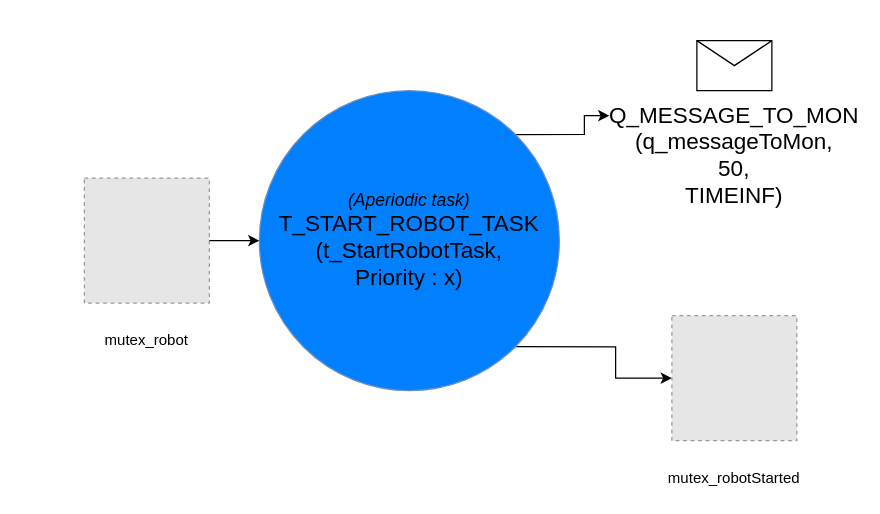
Before: perso/conception/T_START_ROBOT.drawio in NoNo47400/rt_dumber_depo, a draw.io diagram. Source tidied: cells renumbered, new cells numbered last; positions are measured from the earlier drawing's top-left corner, leaving out a move shared by most shapes. Both pictures are drawn from the tidied source at 125%, with x=0, y=0 at pixel (21, 40). Pictures stored in the file or linked from it are replaced by grey dashed boxes.
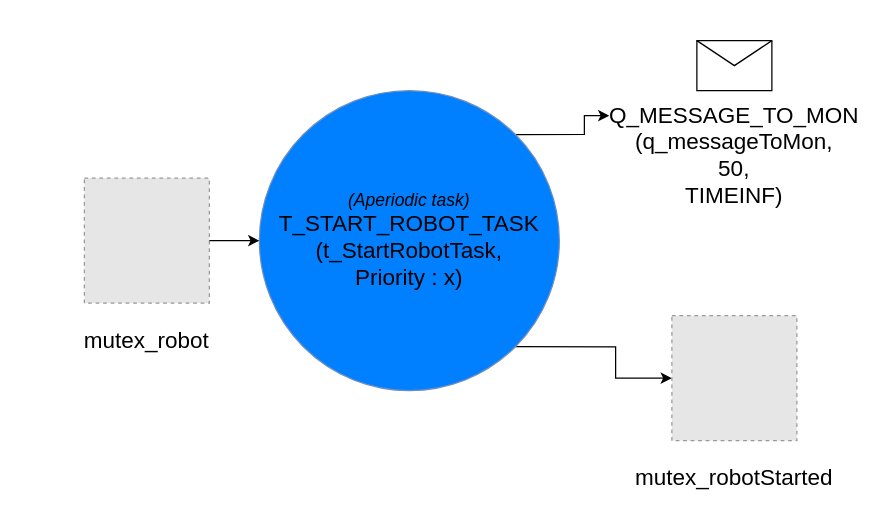
Above is the later version.

Change to the diagram source:
```diff
@@
 <mxGraphModel>
   <root>
     <mxCell id="0" />
     <mxCell id="1" parent="0" />
     <mxCell id="2" style="edgeStyle=orthogonalEdgeStyle;rounded=0;jettySize=auto;html=1;exitX=1;exitY=0;exitDx=0;exitDy=0;entryX=0;entryY=0.5;entryDx=0;entryDy=0;" parent="1" edge="1" source="4" target="11">
       <mxGeometry relative="1" as="geometry" />
     </mxCell>
     <mxCell id="3" style="edgeStyle=orthogonalEdgeStyle;rounded=0;jettySize=auto;html=1;exitX=1;exitY=1;exitDx=0;exitDy=0;entryX=0;entryY=0.5;entryDx=0;entryDy=0;" parent="1" edge="1" source="4" target="13">
       <mxGeometry relative="1" as="geometry" />
     </mxCell>
     <mxCell id="4" value="&lt;font&gt;&lt;i&gt;&lt;font style=&quot;font-size: 14px&quot;&gt;(Aperiodic task)&lt;br&gt;&lt;/font&gt;&lt;/i&gt;&lt;font size=&quot;4&quot;&gt;T_START_ROBOT_TASK&lt;/font&gt;&lt;br&gt;&lt;font size=&quot;4&quot;&gt;(t_StartRobotTask,&lt;/font&gt;&lt;/font&gt;&lt;div&gt;&lt;font&gt;&lt;font size=&quot;4&quot;&gt;Priority : x)&lt;/font&gt;&lt;br&gt;&lt;/font&gt;&lt;/div&gt;" style="ellipse;whiteSpace=wrap;html=1;fillColor=#007FFF;strokeColor=#6c8ebf;" parent="1" vertex="1">
       <mxGeometry x="190" y="40" width="240" height="240" as="geometry" />
     </mxCell>
     <mxCell id="5" style="group;" parent="1" vertex="1">
       <mxGeometry y="110" width="200" height="140" as="geometry" />
     </mxCell>
     <mxCell id="6" style="fillColor=#E6E6E6;strokeColor=#999999;dashed=1;verticalLabelPosition=bottom;labelBackgroundColor=#ffffff;verticalAlign=top;" parent="5" vertex="1">
       <mxGeometry x="50" width="100" height="100" as="geometry" />
     </mxCell>
-    <mxCell id="7" value="mutex_robot" style="text;html=1;strokeColor=none;fillColor=none;align=center;verticalAlign=middle;whiteSpace=wrap;rounded=0;" parent="5" vertex="1">
+    <mxCell id="7" value="&lt;font style=&quot;font-size: 18px;&quot;&gt;mutex_robot&lt;/font&gt;" style="text;html=1;strokeColor=none;fillColor=none;align=center;verticalAlign=middle;whiteSpace=wrap;rounded=0;" parent="5" vertex="1">
       <mxGeometry y="120" width="200" height="20" as="geometry" />
     </mxCell>
     <mxCell id="8" style="edgeStyle=orthogonalEdgeStyle;rounded=0;jettySize=auto;html=1;entryX=0;entryY=0.5;entryDx=0;entryDy=0;" parent="1" edge="1" source="6" target="4">
       <mxGeometry relative="1" as="geometry" />
     </mxCell>
     <mxCell id="9" style="group;" parent="1" vertex="1">
       <mxGeometry x="470" width="200" height="70" as="geometry" />
     </mxCell>
     <mxCell id="10" style="shape=message;html=1;whiteSpace=wrap;html=1;" parent="9" vertex="1">
       <mxGeometry x="70" width="60" height="40" as="geometry" />
     </mxCell>
     <mxCell id="11" value="&lt;font style=&quot;font-size: 18px&quot;&gt;&lt;br&gt;&lt;br&gt;&lt;br&gt;Q_MESSAGE_TO_MON&lt;br&gt;(q_messageToMon,&lt;br&gt;50,&lt;br&gt;TIMEINF)&lt;br&gt;&lt;/font&gt;" style="text;html=1;strokeColor=none;fillColor=none;align=center;verticalAlign=middle;whiteSpace=wrap;rounded=0;" parent="9" vertex="1">
       <mxGeometry y="50" width="200" height="20" as="geometry" />
     </mxCell>
     <mxCell id="12" style="group;" parent="1" vertex="1">
       <mxGeometry x="470" y="220" width="200" height="140" as="geometry" />
     </mxCell>
     <mxCell id="13" style="fillColor=#E6E6E6;strokeColor=#999999;dashed=1;verticalLabelPosition=bottom;labelBackgroundColor=#ffffff;verticalAlign=top;" parent="12" vertex="1">
       <mxGeometry x="50" width="100" height="100" as="geometry" />
     </mxCell>
-    <mxCell id="14" value="mutex_robotStarted" style="text;html=1;strokeColor=none;fillColor=none;align=center;verticalAlign=middle;whiteSpace=wrap;rounded=0;" parent="12" vertex="1">
+    <mxCell id="14" value="&lt;font style=&quot;font-size: 18px;&quot;&gt;mutex_robotStarted&lt;/font&gt;" style="text;html=1;strokeColor=none;fillColor=none;align=center;verticalAlign=middle;whiteSpace=wrap;rounded=0;" parent="12" vertex="1">
       <mxGeometry y="120" width="200" height="20" as="geometry" />
     </mxCell>
   </root>
 </mxGraphModel>
```
